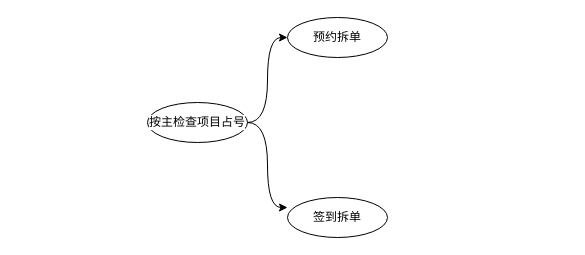
Above: 是否按主检查项目占号.drawio in vae1314/FlowChart (draw.io), before the change. Source tidied: cells renumbered, new cells numbered last; positions are measured from the earlier drawing's top-left corner, leaving out a move shared by most shapes. Both pictures are drawn from the tidied source at 100%, with x=0, y=0 at pixel (147, 17).
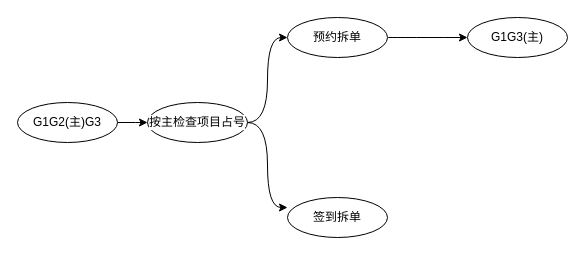
Above is the later version.

Commit message (it also covers changes not shown here):
Update 是否按主检查项目占号.drawio

What changed in the source:
```diff
@@
 <mxGraphModel>
   <root>
     <mxCell id="0" />
     <mxCell id="1" parent="0" />
     <mxCell id="2" style="edgeStyle=orthogonalEdgeStyle;rounded=0;jettySize=auto;html=1;labelBackgroundColor=default;fontColor=default;strokeColor=default;fillColor=default;curved=1;entryX=0;entryY=0.5;entryDx=0;entryDy=0;" parent="1" edge="1" source="4" target="5">
       <mxGeometry relative="1" as="geometry" />
     </mxCell>
     <mxCell id="3" style="edgeStyle=orthogonalEdgeStyle;curved=1;rounded=0;jettySize=auto;html=1;labelBackgroundColor=default;fontColor=default;strokeColor=default;fillColor=default;entryX=0;entryY=0.25;entryDx=0;entryDy=0;entryPerimeter=0;" parent="1" edge="1" source="4" target="6">
       <mxGeometry relative="1" as="geometry" />
     </mxCell>
     <mxCell id="4" value="按主检查项目占号" style="ellipse;whiteSpace=wrap;html=1;align=center;newEdgeStyle={&quot;edgeStyle&quot;:&quot;entityRelationEdgeStyle&quot;,&quot;startArrow&quot;:&quot;none&quot;,&quot;endArrow&quot;:&quot;none&quot;,&quot;segment&quot;:10,&quot;curved&quot;:1};fontColor=default;strokeColor=default;fillColor=default;labelBackgroundColor=default;" parent="1" vertex="1">
       <mxGeometry y="85" width="100" height="40" as="geometry" />
     </mxCell>
+    <mxCell id="7" style="edgeStyle=orthogonalEdgeStyle;curved=1;rounded=0;jettySize=auto;html=1;labelBackgroundColor=default;fontColor=default;strokeColor=default;fillColor=default;" parent="1" edge="1" source="5" target="10">
+      <mxGeometry relative="1" as="geometry" />
+    </mxCell>
     <mxCell id="5" value="预约拆单" style="ellipse;whiteSpace=wrap;html=1;align=center;newEdgeStyle={&quot;edgeStyle&quot;:&quot;entityRelationEdgeStyle&quot;,&quot;startArrow&quot;:&quot;none&quot;,&quot;endArrow&quot;:&quot;none&quot;,&quot;segment&quot;:10,&quot;curved&quot;:1};fontColor=default;strokeColor=default;fillColor=default;labelBackgroundColor=default;" parent="1" vertex="1">
       <mxGeometry x="140" width="100" height="40" as="geometry" />
     </mxCell>
     <mxCell id="6" value="签到拆单" style="ellipse;whiteSpace=wrap;html=1;align=center;newEdgeStyle={&quot;edgeStyle&quot;:&quot;entityRelationEdgeStyle&quot;,&quot;startArrow&quot;:&quot;none&quot;,&quot;endArrow&quot;:&quot;none&quot;,&quot;segment&quot;:10,&quot;curved&quot;:1};fontColor=default;strokeColor=default;fillColor=default;labelBackgroundColor=default;" parent="1" vertex="1">
       <mxGeometry x="140" y="180" width="100" height="40" as="geometry" />
     </mxCell>
+    <mxCell id="8" style="edgeStyle=orthogonalEdgeStyle;curved=1;rounded=0;jettySize=auto;html=1;entryX=0;entryY=0.5;entryDx=0;entryDy=0;labelBackgroundColor=default;fontColor=default;strokeColor=default;fillColor=default;" parent="1" edge="1" source="9" target="4">
+      <mxGeometry relative="1" as="geometry" />
+    </mxCell>
+    <mxCell id="9" value="G1G2(主)G3" style="ellipse;whiteSpace=wrap;html=1;align=center;newEdgeStyle={&quot;edgeStyle&quot;:&quot;entityRelationEdgeStyle&quot;,&quot;startArrow&quot;:&quot;none&quot;,&quot;endArrow&quot;:&quot;none&quot;,&quot;segment&quot;:10,&quot;curved&quot;:1};fontColor=default;strokeColor=default;fillColor=default;labelBackgroundColor=default;" parent="1" vertex="1">
+      <mxGeometry x="-130" y="85" width="100" height="40" as="geometry" />
+    </mxCell>
+    <mxCell id="10" value="G1G3(主)" style="ellipse;whiteSpace=wrap;html=1;align=center;newEdgeStyle={&quot;edgeStyle&quot;:&quot;entityRelationEdgeStyle&quot;,&quot;startArrow&quot;:&quot;none&quot;,&quot;endArrow&quot;:&quot;none&quot;,&quot;segment&quot;:10,&quot;curved&quot;:1};fontColor=default;strokeColor=default;fillColor=default;labelBackgroundColor=default;" parent="1" vertex="1">
+      <mxGeometry x="320" width="100" height="40" as="geometry" />
+    </mxCell>
   </root>
 </mxGraphModel>
```
